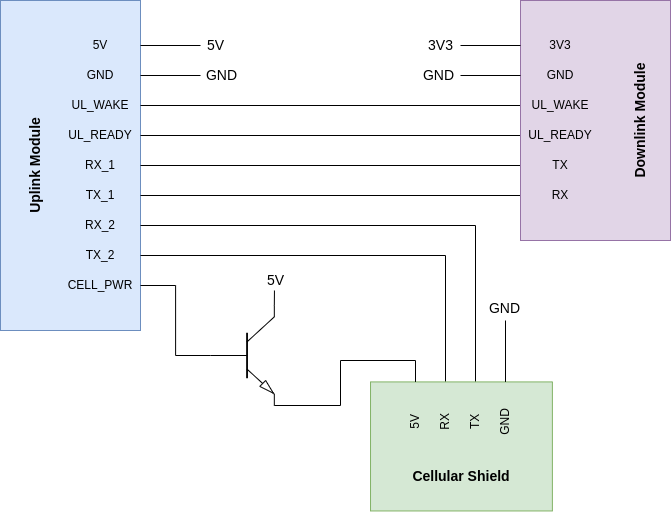
Above: Diagrams/CircuitDiagram.png in albogdan/Thesis (draw.io), before the change. Source tidied: cells renumbered, new cells last; positions are measured from the earlier drawing's top-left corner, leaving out a move shared by most shapes.
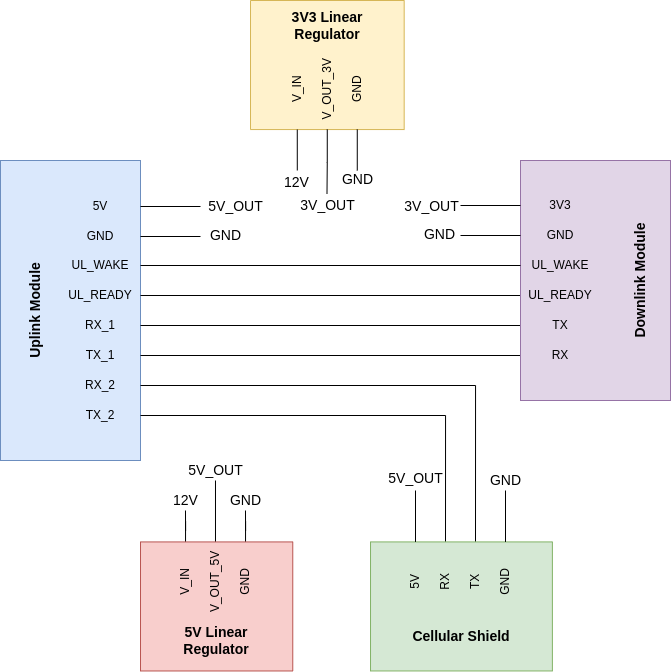
After the change.

Commit message:
Updated Diagrams for Circuit and Timeline, added Website Diagrams

Diff of the diagram source:
```diff
@@ -3,14 +3,8 @@
     <mxCell id="0" />
     <mxCell id="1" parent="0" />
     <mxCell id="2" style="rounded=0;whiteSpace=wrap;html=1;fillColor=#dae8fc;strokeColor=#6c8ebf;" parent="1" vertex="1">
-      <mxGeometry x="20" width="140" height="330" as="geometry" />
+      <mxGeometry x="20" width="140" height="300" as="geometry" />
     </mxCell>
-    <mxCell id="3" style="edgeStyle=orthogonalEdgeStyle;rounded=0;jettySize=auto;html=1;entryX=0;entryY=0.5;entryDx=0;entryDy=0;fontSize=14;endArrow=none;endFill=0;" parent="1" edge="1" source="4" target="17">
-      <mxGeometry relative="1" as="geometry" />
-    </mxCell>
-    <mxCell id="4" value="UL_WAKE" style="text;html=1;strokeColor=none;fillColor=none;align=center;verticalAlign=middle;whiteSpace=wrap;rounded=0;" parent="1" vertex="1">
-      <mxGeometry x="80" y="90" width="80" height="30" as="geometry" />
-    </mxCell>
     <mxCell id="5" style="edgeStyle=orthogonalEdgeStyle;rounded=0;jettySize=auto;html=1;exitX=1;exitY=0.5;exitDx=0;exitDy=0;entryX=0;entryY=0.5;entryDx=0;entryDy=0;fontSize=14;endArrow=none;endFill=0;" parent="1" edge="1" source="6" target="18">
       <mxGeometry relative="1" as="geometry" />
     </mxCell>
@@ -42,7 +36,7 @@
       <mxGeometry x="80" y="240" width="80" height="30" as="geometry" />
     </mxCell>
     <mxCell id="15" value="&lt;font style=&quot;font-size: 14px&quot;&gt;Uplink Module&lt;/font&gt;" style="text;html=1;strokeColor=none;fillColor=none;align=center;verticalAlign=middle;whiteSpace=wrap;rounded=0;rotation=-90;fontStyle=1;" parent="1" vertex="1">
-      <mxGeometry y="150" width="110" height="30" as="geometry" />
+      <mxGeometry y="135" width="110" height="30" as="geometry" />
     </mxCell>
     <mxCell id="16" style="rounded=0;whiteSpace=wrap;html=1;fillColor=#e1d5e7;strokeColor=#9673a6;" parent="1" vertex="1">
       <mxGeometry x="540" width="150" height="240" as="geometry" />
@@ -68,56 +62,35 @@
     <mxCell id="23" value="RX" style="text;html=1;strokeColor=none;fillColor=none;align=center;verticalAlign=middle;whiteSpace=wrap;rounded=0;rotation=-90;" parent="1" vertex="1">
       <mxGeometry x="425" y="406.4" width="80" height="30" as="geometry" />
     </mxCell>
-    <mxCell id="24" style="edgeStyle=orthogonalEdgeStyle;rounded=0;jumpStyle=arc;jumpSize=6;jettySize=auto;html=1;entryX=1;entryY=1;entryDx=0;entryDy=0;entryPerimeter=0;fontSize=14;endArrow=none;endFill=0;elbow=vertical;" parent="1" edge="1" source="25" target="30">
-      <mxGeometry relative="1" as="geometry">
-        <Array as="points">
-          <mxPoint x="435" y="360" />
-          <mxPoint x="360" y="360" />
-          <mxPoint x="360" y="405" />
-        </Array>
-      </mxGeometry>
-    </mxCell>
+    <mxCell id="48" style="edgeStyle=orthogonalEdgeStyle;rounded=0;jettySize=auto;html=1;exitX=1;exitY=0.5;exitDx=0;exitDy=0;endArrow=none;endFill=0;" parent="1" edge="1" source="25">
+      <mxGeometry relative="1" as="geometry">
+        <mxPoint x="435" y="330" as="targetPoint" />
+      </mxGeometry>
+    </mxCell>
     <mxCell id="25" value="5V" style="text;html=1;strokeColor=none;fillColor=none;align=center;verticalAlign=middle;whiteSpace=wrap;rounded=0;rotation=-90;" parent="1" vertex="1">
       <mxGeometry x="395" y="406.4" width="80" height="30" as="geometry" />
     </mxCell>
     <mxCell id="26" value="&lt;font style=&quot;font-size: 14px&quot;&gt;Cellular Shield&lt;/font&gt;" style="text;html=1;strokeColor=none;fillColor=none;align=center;verticalAlign=middle;whiteSpace=wrap;rounded=0;rotation=0;fontStyle=1;" parent="1" vertex="1">
       <mxGeometry x="421" y="461.4" width="120" height="30" as="geometry" />
     </mxCell>
-    <mxCell id="27" style="edgeStyle=orthogonalEdgeStyle;rounded=0;jumpStyle=arc;jumpSize=6;jettySize=auto;html=1;exitX=1;exitY=0.5;exitDx=0;exitDy=0;entryX=0;entryY=0.5;entryDx=0;entryDy=0;entryPerimeter=0;fontSize=14;endArrow=none;endFill=0;elbow=vertical;" parent="1" edge="1" source="28" target="30">
-      <mxGeometry relative="1" as="geometry" />
-    </mxCell>
-    <mxCell id="28" value="CELL_PWR" style="text;html=1;strokeColor=none;fillColor=none;align=center;verticalAlign=middle;whiteSpace=wrap;rounded=0;" parent="1" vertex="1">
-      <mxGeometry x="80" y="270" width="80" height="30" as="geometry" />
-    </mxCell>
-    <mxCell id="29" style="edgeStyle=orthogonalEdgeStyle;rounded=0;jumpStyle=arc;jumpSize=6;jettySize=auto;html=1;exitX=1;exitY=0;exitDx=0;exitDy=0;exitPerimeter=0;fontSize=14;endArrow=none;endFill=0;elbow=vertical;" parent="1" edge="1" source="30">
-      <mxGeometry relative="1" as="geometry">
-        <mxPoint x="294" y="290" as="targetPoint" />
-      </mxGeometry>
-    </mxCell>
-    <mxCell id="30" style="verticalLabelPosition=bottom;shadow=0;dashed=0;align=center;html=1;verticalAlign=top;shape=mxgraph.electrical.transistors.npn_transistor_5;fontSize=14;" parent="1" vertex="1">
-      <mxGeometry x="230" y="305" width="64" height="100" as="geometry" />
-    </mxCell>
     <mxCell id="31" value="TX" style="text;html=1;strokeColor=none;fillColor=none;align=center;verticalAlign=middle;whiteSpace=wrap;rounded=0;rotation=-90;" parent="1" vertex="1">
       <mxGeometry x="455" y="406.4" width="80" height="30" as="geometry" />
     </mxCell>
-    <mxCell id="32" value="5V" style="text;html=1;align=center;verticalAlign=middle;strokeColor=none;fillColor=none;fontSize=14;" parent="1" vertex="1">
-      <mxGeometry x="280" y="270" width="30" height="20" as="geometry" />
-    </mxCell>
     <mxCell id="33" style="edgeStyle=orthogonalEdgeStyle;rounded=0;jumpStyle=arc;jumpSize=6;jettySize=auto;html=1;fontSize=14;endArrow=none;endFill=0;elbow=vertical;" parent="1" edge="1" source="34">
       <mxGeometry relative="1" as="geometry">
-        <mxPoint x="220" y="75" as="targetPoint" />
+        <mxPoint x="220" y="76" as="targetPoint" />
       </mxGeometry>
     </mxCell>
     <mxCell id="34" value="GND" style="text;html=1;strokeColor=none;fillColor=none;align=center;verticalAlign=middle;whiteSpace=wrap;rounded=0;" parent="1" vertex="1">
-      <mxGeometry x="80" y="60" width="80" height="30" as="geometry" />
+      <mxGeometry x="80" y="61" width="80" height="30" as="geometry" />
     </mxCell>
     <mxCell id="35" style="edgeStyle=orthogonalEdgeStyle;rounded=0;jumpStyle=arc;jumpSize=6;jettySize=auto;html=1;fontSize=14;endArrow=none;endFill=0;elbow=vertical;" parent="1" edge="1" source="36">
       <mxGeometry relative="1" as="geometry">
-        <mxPoint x="220" y="45" as="targetPoint" />
+        <mxPoint x="220" y="46" as="targetPoint" />
       </mxGeometry>
     </mxCell>
     <mxCell id="36" value="5V" style="text;html=1;strokeColor=none;fillColor=none;align=center;verticalAlign=middle;whiteSpace=wrap;rounded=0;" parent="1" vertex="1">
-      <mxGeometry x="80" y="30" width="80" height="30" as="geometry" />
+      <mxGeometry x="80" y="31" width="80" height="30" as="geometry" />
     </mxCell>
     <mxCell id="37" style="edgeStyle=orthogonalEdgeStyle;rounded=0;jumpStyle=arc;jumpSize=6;jettySize=auto;html=1;fontSize=14;endArrow=none;endFill=0;elbow=vertical;" parent="1" edge="1" source="38">
       <mxGeometry relative="1" as="geometry">
@@ -135,28 +108,119 @@
     <mxCell id="40" value="3V3" style="text;html=1;strokeColor=none;fillColor=none;align=center;verticalAlign=middle;whiteSpace=wrap;rounded=0;" parent="1" vertex="1">
       <mxGeometry x="540" y="30" width="80" height="30" as="geometry" />
     </mxCell>
-    <mxCell id="41" value="5V" style="text;html=1;align=center;verticalAlign=middle;strokeColor=none;fillColor=none;fontSize=14;" parent="1" vertex="1">
-      <mxGeometry x="220" y="35" width="30" height="20" as="geometry" />
-    </mxCell>
     <mxCell id="42" value="GND" style="text;html=1;align=center;verticalAlign=middle;strokeColor=none;fillColor=none;fontSize=14;" parent="1" vertex="1">
-      <mxGeometry x="216" y="65" width="50" height="20" as="geometry" />
+      <mxGeometry x="220" y="65" width="50" height="20" as="geometry" />
     </mxCell>
-    <mxCell id="43" value="3V3" style="text;html=1;align=center;verticalAlign=middle;strokeColor=none;fillColor=none;fontSize=14;" parent="1" vertex="1">
-      <mxGeometry x="440" y="35" width="40" height="20" as="geometry" />
+    <mxCell id="43" value="3V_OUT" style="text;html=1;align=center;verticalAlign=middle;strokeColor=none;fillColor=none;fontSize=14;" parent="1" vertex="1">
+      <mxGeometry x="416" y="36" width="70" height="20" as="geometry" />
     </mxCell>
     <mxCell id="44" value="GND" style="text;html=1;align=center;verticalAlign=middle;strokeColor=none;fillColor=none;fontSize=14;" parent="1" vertex="1">
-      <mxGeometry x="433" y="65" width="50" height="20" as="geometry" />
+      <mxGeometry x="434" y="64" width="50" height="20" as="geometry" />
     </mxCell>
     <mxCell id="45" style="edgeStyle=orthogonalEdgeStyle;rounded=0;jumpStyle=arc;jumpSize=6;jettySize=auto;html=1;fontSize=14;endArrow=none;endFill=0;elbow=vertical;" parent="1" edge="1" source="46">
       <mxGeometry relative="1" as="geometry">
-        <mxPoint x="525" y="320" as="targetPoint" />
+        <mxPoint x="525" y="330" as="targetPoint" />
       </mxGeometry>
     </mxCell>
     <mxCell id="46" value="GND" style="text;html=1;strokeColor=none;fillColor=none;align=center;verticalAlign=middle;whiteSpace=wrap;rounded=0;rotation=-90;" parent="1" vertex="1">
       <mxGeometry x="485" y="406.4" width="80" height="30" as="geometry" />
     </mxCell>
     <mxCell id="47" value="GND" style="text;html=1;align=center;verticalAlign=middle;strokeColor=none;fillColor=none;fontSize=14;" parent="1" vertex="1">
-      <mxGeometry x="499" y="298" width="50" height="20" as="geometry" />
+      <mxGeometry x="500" y="310" width="50" height="20" as="geometry" />
     </mxCell>
+    <mxCell id="49" style="edgeStyle=orthogonalEdgeStyle;rounded=0;jettySize=auto;html=1;endArrow=none;endFill=0;" parent="1" edge="1" source="71">
+      <mxGeometry relative="1" as="geometry">
+        <mxPoint x="205" y="350" as="targetPoint" />
+      </mxGeometry>
+    </mxCell>
+    <mxCell id="50" value="5V_OUT" style="text;html=1;align=center;verticalAlign=middle;strokeColor=none;fillColor=none;fontSize=14;" parent="1" vertex="1">
+      <mxGeometry x="200" y="300" width="70" height="20" as="geometry" />
+    </mxCell>
+    <mxCell id="51" value="GND" style="text;html=1;align=center;verticalAlign=middle;strokeColor=none;fillColor=none;fontSize=14;" parent="1" vertex="1">
+      <mxGeometry x="240" y="330" width="50" height="20" as="geometry" />
+    </mxCell>
+    <mxCell id="52" value="12V" style="text;html=1;align=center;verticalAlign=middle;strokeColor=none;fillColor=none;fontSize=14;" parent="1" vertex="1">
+      <mxGeometry x="185" y="330" width="40" height="20" as="geometry" />
+    </mxCell>
+    <mxCell id="53" style="edgeStyle=orthogonalEdgeStyle;rounded=0;jettySize=auto;html=1;endArrow=none;endFill=0;" parent="1" edge="1" source="70">
+      <mxGeometry relative="1" as="geometry">
+        <mxPoint x="235" y="320" as="targetPoint" />
+      </mxGeometry>
+    </mxCell>
+    <mxCell id="54" style="edgeStyle=orthogonalEdgeStyle;rounded=0;jettySize=auto;html=1;endArrow=none;endFill=0;" parent="1" edge="1" source="73">
+      <mxGeometry relative="1" as="geometry">
+        <mxPoint x="265" y="350" as="targetPoint" />
+      </mxGeometry>
+    </mxCell>
+    <mxCell id="55" style="group;" parent="1" vertex="1">
+      <mxGeometry x="270" y="-160" width="153.7" height="215" as="geometry" />
+    </mxCell>
+    <mxCell id="56" style="group;" parent="55" vertex="1">
+      <mxGeometry width="153.7" height="129.1" as="geometry" />
+    </mxCell>
+    <mxCell id="57" style="rounded=0;whiteSpace=wrap;html=1;rotation=90;fillColor=#fff2cc;strokeColor=#d6b656;" parent="56" vertex="1">
+      <mxGeometry x="12.3" y="-12.3" width="129.1" height="153.7" as="geometry" />
+    </mxCell>
+    <mxCell id="58" value="V_IN" style="text;html=1;align=center;verticalAlign=middle;whiteSpace=wrap;rounded=0;rotation=-90;" parent="56" vertex="1">
+      <mxGeometry x="6.8" y="74" width="80" height="30" as="geometry" />
+    </mxCell>
+    <mxCell id="59" value="&lt;span style=&quot;font-size: 14px&quot;&gt;3V3 Linear Regulator&lt;/span&gt;" style="text;html=1;align=center;verticalAlign=middle;whiteSpace=wrap;rounded=0;rotation=0;fontStyle=1;" parent="56" vertex="1">
+      <mxGeometry x="16.8" y="10" width="120" height="30" as="geometry" />
+    </mxCell>
+    <mxCell id="60" value="V_OUT_3V" style="text;html=1;align=center;verticalAlign=middle;whiteSpace=wrap;rounded=0;rotation=-90;" parent="56" vertex="1">
+      <mxGeometry x="36.8" y="74" width="80" height="30" as="geometry" />
+    </mxCell>
+    <mxCell id="61" value="GND" style="text;html=1;align=center;verticalAlign=middle;whiteSpace=wrap;rounded=0;rotation=-90;" parent="56" vertex="1">
+      <mxGeometry x="66.8" y="74" width="80" height="30" as="geometry" />
+    </mxCell>
+    <mxCell id="62" style="edgeStyle=orthogonalEdgeStyle;rounded=0;jettySize=auto;html=1;exitX=0;exitY=0.5;exitDx=0;exitDy=0;endArrow=none;endFill=0;" parent="55" edge="1" source="58">
+      <mxGeometry relative="1" as="geometry">
+        <mxPoint x="46.8" y="170" as="targetPoint" />
+      </mxGeometry>
+    </mxCell>
+    <mxCell id="63" value="12V" style="text;html=1;align=center;verticalAlign=middle;strokeColor=none;fillColor=none;fontSize=14;" parent="55" vertex="1">
+      <mxGeometry x="25.8" y="172" width="40" height="20" as="geometry" />
+    </mxCell>
+    <mxCell id="64" style="edgeStyle=orthogonalEdgeStyle;rounded=0;jettySize=auto;html=1;endArrow=none;endFill=0;entryX=0.495;entryY=-0.083;entryDx=0;entryDy=0;entryPerimeter=0;" parent="55" edge="1" source="60" target="65">
+      <mxGeometry relative="1" as="geometry" />
+    </mxCell>
+    <mxCell id="65" value="3V_OUT" style="text;html=1;align=center;verticalAlign=middle;points=[];strokeColor=none;fillColor=none;fontSize=14;" parent="55" vertex="1">
+      <mxGeometry x="41.8" y="195" width="70" height="20" as="geometry" />
+    </mxCell>
+    <mxCell id="66" style="edgeStyle=orthogonalEdgeStyle;rounded=0;jettySize=auto;html=1;endArrow=none;endFill=0;" parent="55" edge="1" source="61">
+      <mxGeometry relative="1" as="geometry">
+        <mxPoint x="106.8" y="170" as="targetPoint" />
+      </mxGeometry>
+    </mxCell>
+    <mxCell id="67" value="GND" style="text;html=1;align=center;verticalAlign=middle;strokeColor=none;fillColor=none;fontSize=14;" parent="55" vertex="1">
+      <mxGeometry x="81.8" y="169" width="50" height="20" as="geometry" />
+    </mxCell>
+    <mxCell id="68" value="5V_OUT" style="text;html=1;align=center;verticalAlign=middle;strokeColor=none;fillColor=none;fontSize=14;" parent="1" vertex="1">
+      <mxGeometry x="400" y="308" width="70" height="20" as="geometry" />
+    </mxCell>
+    <mxCell id="3" style="edgeStyle=orthogonalEdgeStyle;rounded=0;jettySize=auto;html=1;entryX=0;entryY=0.5;entryDx=0;entryDy=0;endArrow=none;endFill=0;" parent="1" edge="1" source="4" target="17">
+      <mxGeometry relative="1" as="geometry" />
+    </mxCell>
+    <mxCell id="4" value="UL_WAKE" style="text;html=1;strokeColor=none;fillColor=none;align=center;verticalAlign=middle;whiteSpace=wrap;rounded=0;" parent="1" vertex="1">
+      <mxGeometry x="80" y="90" width="80" height="30" as="geometry" />
+    </mxCell>
+    <mxCell id="69" style="rounded=0;whiteSpace=wrap;html=1;rotation=90;fillColor=#f8cecc;strokeColor=#b85450;" parent="1" vertex="1">
+      <mxGeometry x="171.6" y="369.8" width="129.1" height="152.3" as="geometry" />
+    </mxCell>
+    <mxCell id="70" value="V_OUT_5V" style="text;html=1;align=center;verticalAlign=middle;whiteSpace=wrap;rounded=0;rotation=-90;" parent="1" vertex="1">
+      <mxGeometry x="195" y="406.4" width="80" height="30" as="geometry" />
+    </mxCell>
+    <mxCell id="71" value="V_IN" style="text;html=1;align=center;verticalAlign=middle;whiteSpace=wrap;rounded=0;rotation=-90;" parent="1" vertex="1">
+      <mxGeometry x="165" y="406.4" width="80" height="30" as="geometry" />
+    </mxCell>
+    <mxCell id="72" value="&lt;span style=&quot;font-size: 14px&quot;&gt;5V Linear Regulator&lt;/span&gt;" style="text;html=1;align=center;verticalAlign=middle;whiteSpace=wrap;rounded=0;rotation=0;fontStyle=1;" parent="1" vertex="1">
+      <mxGeometry x="176.1" y="465.4" width="120" height="30" as="geometry" />
+    </mxCell>
+    <mxCell id="73" value="GND" style="text;html=1;align=center;verticalAlign=middle;whiteSpace=wrap;rounded=0;rotation=-90;" parent="1" vertex="1">
+      <mxGeometry x="225" y="406.4" width="80" height="30" as="geometry" />
+    </mxCell>
+    <mxCell id="74" value="5V_OUT" style="text;html=1;align=center;verticalAlign=middle;strokeColor=none;fillColor=none;fontSize=14;" parent="1" vertex="1">
+      <mxGeometry x="220" y="36" width="70" height="20" as="geometry" />
+    </mxCell>
   </root>
 </mxGraphModel>
```
